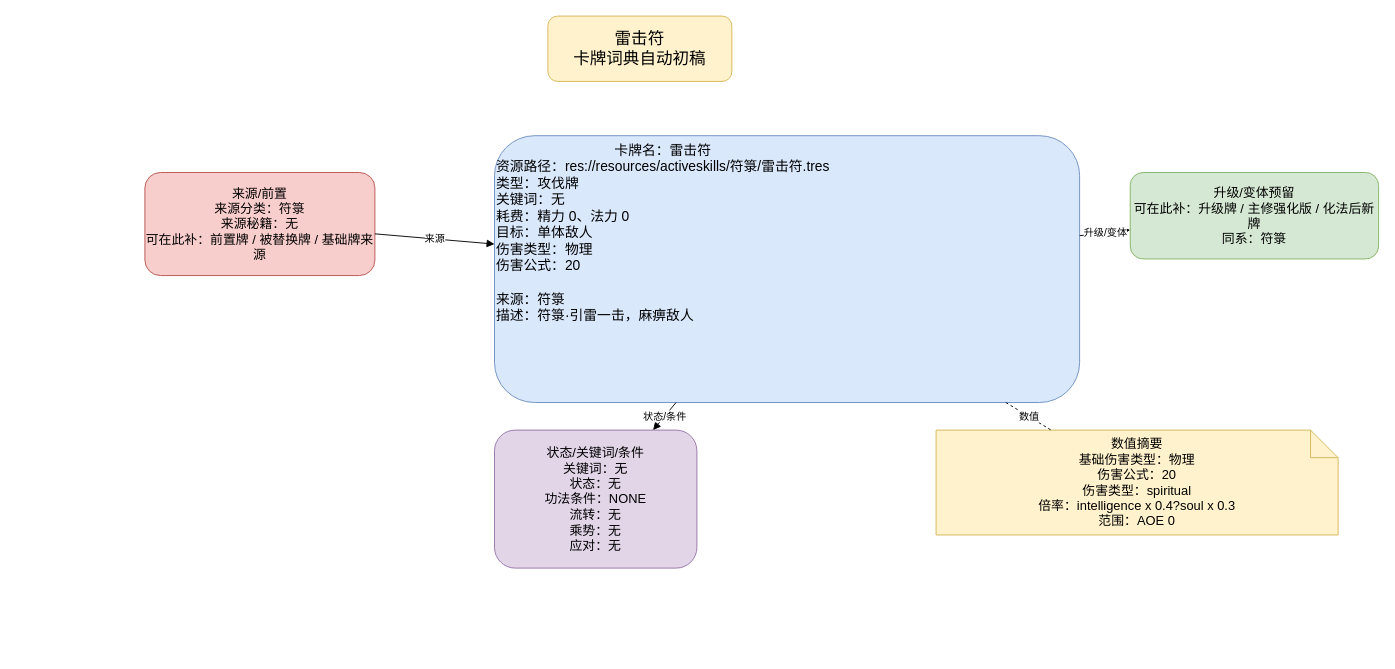
Above: page "雷击符" (1 of 2) of docs/卡牌词典/符箓/雷击符.drawio in ankundanetracyc-spec/tian-guan-you-du (draw.io), before the change. Source tidied: cells renumbered, new cells numbered last; positions are measured from the earlier drawing's top-left corner, leaving out a move shared by most shapes. Both pictures are drawn from the tidied source at 92%, with x=0, y=0 at pixel (144, 16).
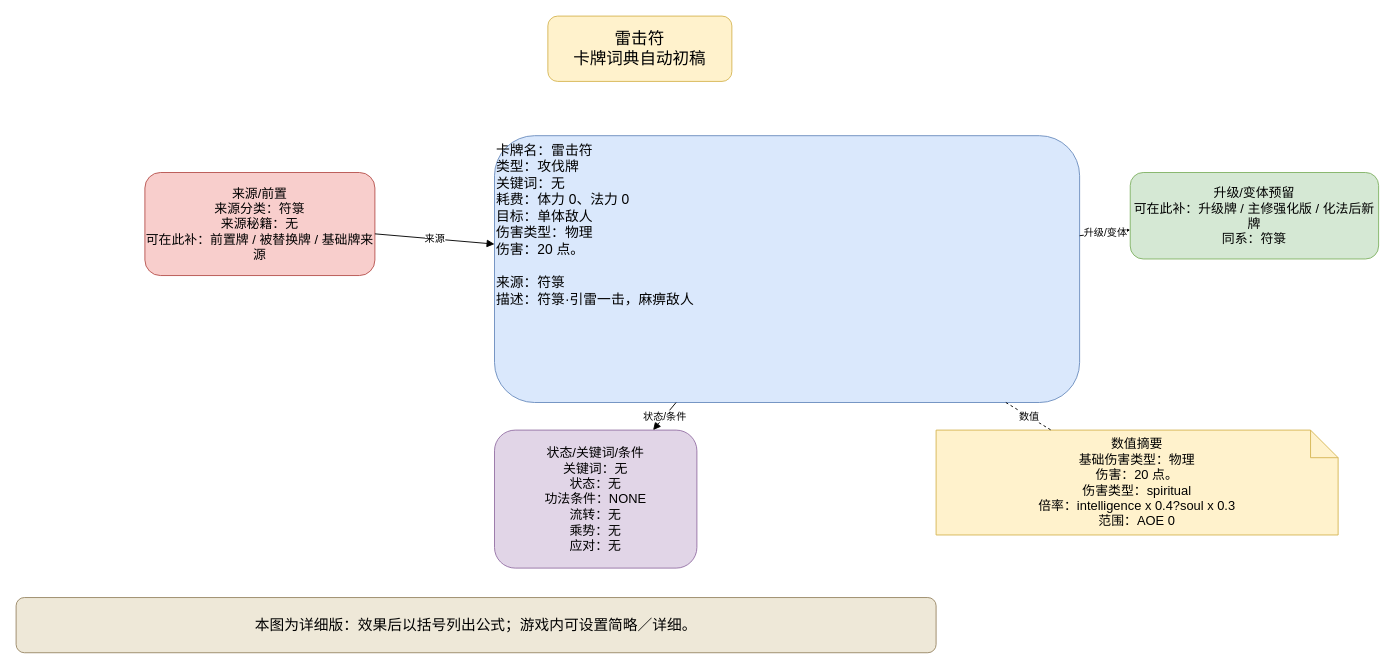
The same page after the edit.

What changed in the source:
```diff
@@
 <mxGraphModel>
   <root>
     <mxCell id="0" />
     <mxCell id="1" parent="0" />
     <mxCell id="2" value="雷击符&#10;卡牌词典自动初稿" style="rounded=1;whiteSpace=wrap;html=1;fillColor=#fff2cc;strokeColor=#d6b656;fontSize=18;" parent="1" vertex="1">
       <mxGeometry x="438" width="200" height="71" as="geometry" />
     </mxCell>
-    <mxCell id="3" value="&lt;div style=&quot;text-align:center;&quot;&gt;卡牌名：雷击符&lt;/div&gt;&lt;div style=&quot;text-align:left;&quot;&gt;资源路径：res://resources/activeskills/符箓/雷击符.tres&lt;br&gt;类型：攻伐牌&lt;br&gt;关键词：无&lt;br&gt;耗费：精力 0、法力 0&lt;br&gt;目标：单体敌人&lt;br&gt;伤害类型：物理&lt;br&gt;伤害公式：20&lt;/div&gt;&lt;br&gt;来源：符箓&lt;br&gt;描述：符箓·引雷一击，麻痹敌人" style="rounded=1;whiteSpace=wrap;html=1;fillColor=#dae8fc;strokeColor=#6c8ebf;fontSize=15;align=left;verticalAlign=top;" parent="1" vertex="1">
+    <mxCell id="3" value="卡牌名：雷击符&#10;类型：攻伐牌&#10;关键词：无&#10;耗费：体力 0、法力 0&#10;目标：单体敌人&#10;伤害类型：物理&#10;伤害：20 点。&#10;&#10;来源：符箓&#10;描述：符箓·引雷一击，麻痹敌人" style="rounded=1;whiteSpace=wrap;html=1;fillColor=#dae8fc;strokeColor=#6c8ebf;fontSize=15;align=left;verticalAlign=top;" parent="1" vertex="1">
       <mxGeometry x="380" y="130" width="636" height="290" as="geometry" />
     </mxCell>
     <mxCell id="4" value="来源/前置&#10;来源分类：符箓&#10;来源秘籍：无&#10;可在此补：前置牌 / 被替换牌 / 基础牌来源" style="rounded=1;whiteSpace=wrap;html=1;fillColor=#f8cecc;strokeColor=#b85450;fontSize=14;" parent="1" vertex="1">
       <mxGeometry y="170" width="250" height="112" as="geometry" />
     </mxCell>
     <mxCell id="5" value="升级/变体预留&#10;可在此补：升级牌 / 主修强化版 / 化法后新牌&#10;同系：符箓" style="rounded=1;whiteSpace=wrap;html=1;fillColor=#d5e8d4;strokeColor=#82b366;fontSize=14;" parent="1" vertex="1">
       <mxGeometry x="1071" y="170" width="270" height="94" as="geometry" />
     </mxCell>
     <mxCell id="6" value="状态/关键词/条件&#10;关键词：无&#10;状态：无&#10;功法条件：NONE&#10;流转：无&#10;乘势：无&#10;应对：无" style="rounded=1;whiteSpace=wrap;html=1;fillColor=#e1d5e7;strokeColor=#9673a6;fontSize=14;" parent="1" vertex="1">
       <mxGeometry x="380" y="450" width="220" height="150" as="geometry" />
     </mxCell>
-    <mxCell id="7" value="数值摘要&lt;br&gt;基础伤害类型：物理&lt;br&gt;伤害公式：20&lt;br&gt;伤害类型：spiritual&lt;br&gt;倍率：intelligence x 0.4?soul x 0.3&lt;br&gt;范围：AOE 0" style="shape=note;whiteSpace=wrap;html=1;fillColor=#fff2cc;strokeColor=#d6b656;fontSize=14;" parent="1" vertex="1">
+    <mxCell id="7" value="数值摘要&lt;br&gt;基础伤害类型：物理&lt;br&gt;伤害：20 点。&lt;br&gt;伤害类型：spiritual&lt;br&gt;倍率：intelligence x 0.4?soul x 0.3&lt;br&gt;范围：AOE 0" style="shape=note;whiteSpace=wrap;html=1;fillColor=#fff2cc;strokeColor=#d6b656;fontSize=14;" parent="1" vertex="1">
       <mxGeometry x="860" y="450" width="437" height="114" as="geometry" />
     </mxCell>
     <mxCell id="8" value="来源" style="endArrow=block;html=1;rounded=0;" parent="1" edge="1" source="4" target="3">
       <mxGeometry relative="1" as="geometry" />
     </mxCell>
     <mxCell id="9" value="升级/变体" style="endArrow=block;html=1;rounded=0;" parent="1" edge="1" source="3" target="5">
       <mxGeometry relative="1" as="geometry" />
     </mxCell>
     <mxCell id="10" value="状态/条件" style="endArrow=block;html=1;rounded=0;" parent="1" edge="1" source="3" target="6">
       <mxGeometry relative="1" as="geometry" />
     </mxCell>
     <mxCell id="11" value="数值" style="endArrow=none;dashed=1;html=1;" parent="1" edge="1" source="3" target="7">
       <mxGeometry relative="1" as="geometry" />
     </mxCell>
+    <mxCell id="12" value="本图为详细版：效果后以括号列出公式；游戏内可设置简略／详细。" style="rounded=1;whiteSpace=wrap;html=1;fillColor=#eee8d8;strokeColor=#9a8967;fontSize=16;" parent="1" vertex="1">
+      <mxGeometry x="-140" y="632" width="1000" height="60" as="geometry" />
+    </mxCell>
   </root>
 </mxGraphModel>
```
